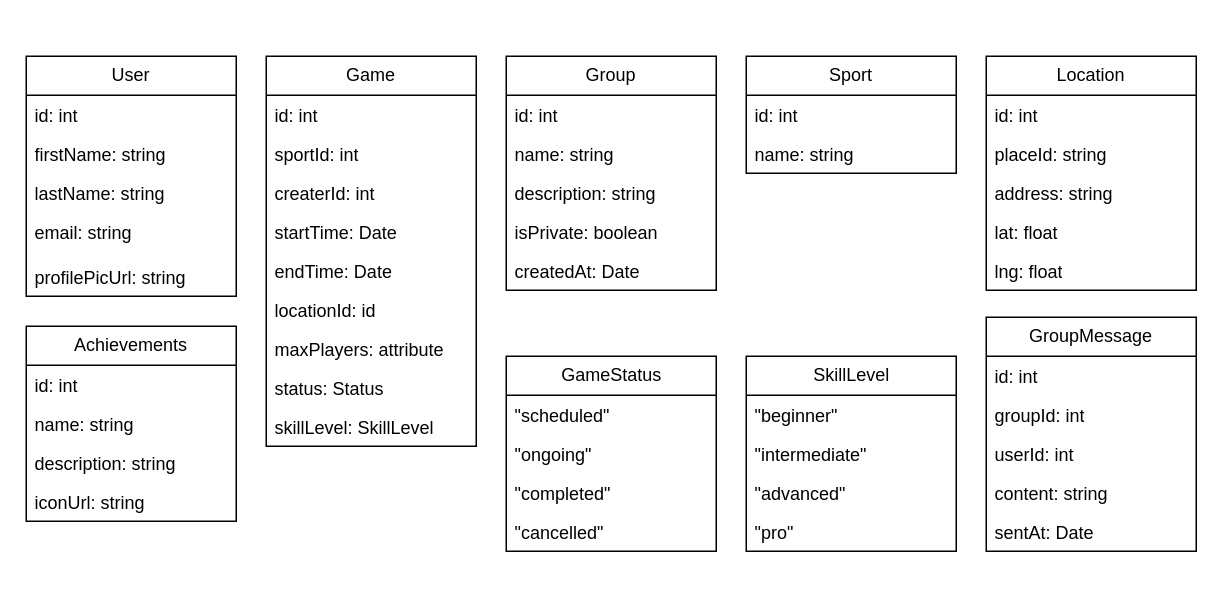
Above: page "Objects" (4 of 5) of diagrams/pickupDB.drawio in Sroberts03/pickup (draw.io), before the change. Source tidied: cells renumbered, new cells numbered last; positions are measured from the earlier drawing's top-left corner, leaving out a move shared by most shapes. Both pictures are drawn from the tidied source at 150%, with x=0, y=0 at pixel (26, 56).
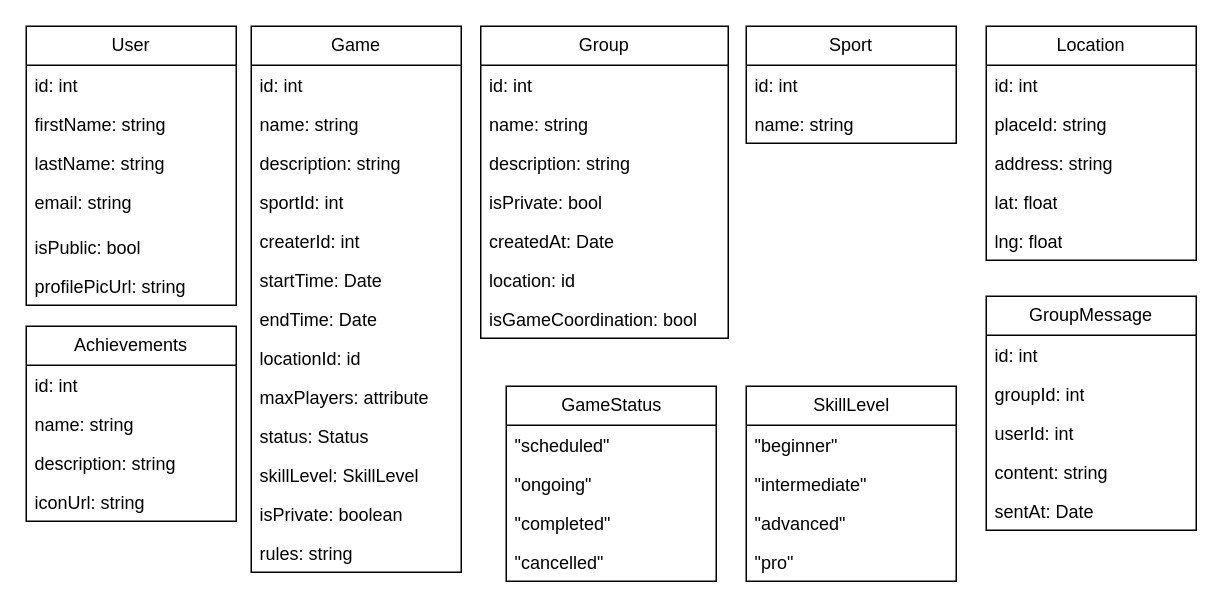
After the change.

Diff of the diagram source:
```diff
@@
     <mxCell id="2" value="User" style="swimlane;fontStyle=0;horizontal=1;startSize=26;fillColor=none;whiteSpace=wrap;html=1;" parent="1" vertex="1">
-      <mxGeometry width="140" height="160" as="geometry" />
+      <mxGeometry y="-20" width="140" height="186" as="geometry" />
     </mxCell>
@@
+    <mxCell id="54" value="isPublic: bool" style="text;strokeColor=none;fillColor=none;align=left;verticalAlign=top;spacingLeft=4;spacingRight=4;overflow=hidden;whiteSpace=wrap;html=1;" parent="2" vertex="1">
+      <mxGeometry y="134" width="140" height="26" as="geometry" />
+    </mxCell>
     <mxCell id="7" value="profilePicUrl: string" style="text;strokeColor=none;fillColor=none;align=left;verticalAlign=top;spacingLeft=4;spacingRight=4;overflow=hidden;whiteSpace=wrap;html=1;" parent="2" vertex="1">
-      <mxGeometry y="134" width="140" height="26" as="geometry" />
+      <mxGeometry y="160" width="140" height="26" as="geometry" />
     </mxCell>
     <mxCell id="8" value="Game" style="swimlane;fontStyle=0;horizontal=1;startSize=26;fillColor=none;whiteSpace=wrap;html=1;" parent="1" vertex="1">
-      <mxGeometry x="160" width="140" height="260" as="geometry" />
+      <mxGeometry x="150" y="-20" width="140" height="364" as="geometry" />
     </mxCell>
@@
+    <mxCell id="55" value="name: string" style="text;strokeColor=none;fillColor=none;align=left;verticalAlign=top;spacingLeft=4;spacingRight=4;overflow=hidden;whiteSpace=wrap;html=1;" parent="8" vertex="1">
+      <mxGeometry y="52" width="140" height="26" as="geometry" />
+    </mxCell>
+    <mxCell id="56" value="description: string" style="text;strokeColor=none;fillColor=none;align=left;verticalAlign=top;spacingLeft=4;spacingRight=4;overflow=hidden;whiteSpace=wrap;html=1;" parent="8" vertex="1">
+      <mxGeometry y="78" width="140" height="26" as="geometry" />
+    </mxCell>
     <mxCell id="10" value="sportId: int" style="text;strokeColor=none;fillColor=none;align=left;verticalAlign=top;spacingLeft=4;spacingRight=4;overflow=hidden;whiteSpace=wrap;html=1;" parent="8" vertex="1">
-      <mxGeometry y="52" width="140" height="26" as="geometry" />
+      <mxGeometry y="104" width="140" height="26" as="geometry" />
     </mxCell>
     <mxCell id="11" value="createrId: int" style="text;strokeColor=none;fillColor=none;align=left;verticalAlign=top;spacingLeft=4;spacingRight=4;overflow=hidden;whiteSpace=wrap;html=1;" parent="8" vertex="1">
-      <mxGeometry y="78" width="140" height="26" as="geometry" />
+      <mxGeometry y="130" width="140" height="26" as="geometry" />
     </mxCell>
     <mxCell id="12" value="startTime: Date" style="text;strokeColor=none;fillColor=none;align=left;verticalAlign=top;spacingLeft=4;spacingRight=4;overflow=hidden;whiteSpace=wrap;html=1;" parent="8" vertex="1">
-      <mxGeometry y="104" width="140" height="26" as="geometry" />
+      <mxGeometry y="156" width="140" height="26" as="geometry" />
     </mxCell>
     <mxCell id="13" value="endTime: Date" style="text;strokeColor=none;fillColor=none;align=left;verticalAlign=top;spacingLeft=4;spacingRight=4;overflow=hidden;whiteSpace=wrap;html=1;" parent="8" vertex="1">
-      <mxGeometry y="130" width="140" height="26" as="geometry" />
+      <mxGeometry y="182" width="140" height="26" as="geometry" />
     </mxCell>
     <mxCell id="14" value="locationId: id&amp;nbsp;&amp;nbsp;" style="text;strokeColor=none;fillColor=none;align=left;verticalAlign=top;spacingLeft=4;spacingRight=4;overflow=hidden;whiteSpace=wrap;html=1;" parent="8" vertex="1">
-      <mxGeometry y="156" width="140" height="26" as="geometry" />
+      <mxGeometry y="208" width="140" height="26" as="geometry" />
     </mxCell>
     <mxCell id="15" value="maxPlayers: attribute" style="text;strokeColor=none;fillColor=none;align=left;verticalAlign=top;spacingLeft=4;spacingRight=4;overflow=hidden;whiteSpace=wrap;html=1;" parent="8" vertex="1">
-      <mxGeometry y="182" width="140" height="26" as="geometry" />
+      <mxGeometry y="234" width="140" height="26" as="geometry" />
     </mxCell>
     <mxCell id="16" value="status: Status" style="text;strokeColor=none;fillColor=none;align=left;verticalAlign=top;spacingLeft=4;spacingRight=4;overflow=hidden;whiteSpace=wrap;html=1;" parent="8" vertex="1">
-      <mxGeometry y="208" width="140" height="26" as="geometry" />
+      <mxGeometry y="260" width="140" height="26" as="geometry" />
     </mxCell>
     <mxCell id="17" value="skillLevel: SkillLevel" style="text;strokeColor=none;fillColor=none;align=left;verticalAlign=top;spacingLeft=4;spacingRight=4;overflow=hidden;whiteSpace=wrap;html=1;" parent="8" vertex="1">
-      <mxGeometry y="234" width="140" height="26" as="geometry" />
+      <mxGeometry y="286" width="140" height="26" as="geometry" />
     </mxCell>
+    <mxCell id="57" value="isPrivate: boolean" style="text;strokeColor=none;fillColor=none;align=left;verticalAlign=top;spacingLeft=4;spacingRight=4;overflow=hidden;whiteSpace=wrap;html=1;" parent="8" vertex="1">
+      <mxGeometry y="312" width="140" height="26" as="geometry" />
+    </mxCell>
+    <mxCell id="58" value="rules: string" style="text;strokeColor=none;fillColor=none;align=left;verticalAlign=top;spacingLeft=4;spacingRight=4;overflow=hidden;whiteSpace=wrap;html=1;" parent="8" vertex="1">
+      <mxGeometry y="338" width="140" height="26" as="geometry" />
+    </mxCell>
     <mxCell id="18" value="Group" style="swimlane;fontStyle=0;horizontal=1;startSize=26;fillColor=none;whiteSpace=wrap;html=1;" parent="1" vertex="1">
-      <mxGeometry x="320" width="140" height="156" as="geometry" />
+      <mxGeometry x="303" y="-20" width="165" height="208" as="geometry" />
     </mxCell>
     <mxCell id="19" value="id: int" style="text;strokeColor=none;fillColor=none;align=left;verticalAlign=top;spacingLeft=4;spacingRight=4;overflow=hidden;whiteSpace=wrap;html=1;" parent="18" vertex="1">
-      <mxGeometry y="26" width="140" height="26" as="geometry" />
+      <mxGeometry y="26" width="165" height="26" as="geometry" />
     </mxCell>
     <mxCell id="20" value="name: string" style="text;strokeColor=none;fillColor=none;align=left;verticalAlign=top;spacingLeft=4;spacingRight=4;overflow=hidden;whiteSpace=wrap;html=1;" parent="18" vertex="1">
-      <mxGeometry y="52" width="140" height="26" as="geometry" />
+      <mxGeometry y="52" width="165" height="26" as="geometry" />
     </mxCell>
     <mxCell id="21" value="description: string" style="text;strokeColor=none;fillColor=none;align=left;verticalAlign=top;spacingLeft=4;spacingRight=4;overflow=hidden;whiteSpace=wrap;html=1;" parent="18" vertex="1">
-      <mxGeometry y="78" width="140" height="26" as="geometry" />
+      <mxGeometry y="78" width="165" height="26" as="geometry" />
     </mxCell>
-    <mxCell id="22" value="isPrivate: boolean" style="text;strokeColor=none;fillColor=none;align=left;verticalAlign=top;spacingLeft=4;spacingRight=4;overflow=hidden;whiteSpace=wrap;html=1;" parent="18" vertex="1">
-      <mxGeometry y="104" width="140" height="26" as="geometry" />
+    <mxCell id="22" value="isPrivate: bool" style="text;strokeColor=none;fillColor=none;align=left;verticalAlign=top;spacingLeft=4;spacingRight=4;overflow=hidden;whiteSpace=wrap;html=1;" parent="18" vertex="1">
+      <mxGeometry y="104" width="165" height="26" as="geometry" />
     </mxCell>
     <mxCell id="23" value="createdAt: Date" style="text;strokeColor=none;fillColor=none;align=left;verticalAlign=top;spacingLeft=4;spacingRight=4;overflow=hidden;whiteSpace=wrap;html=1;" parent="18" vertex="1">
-      <mxGeometry y="130" width="140" height="26" as="geometry" />
+      <mxGeometry y="130" width="165" height="26" as="geometry" />
     </mxCell>
+    <mxCell id="59" value="location: id" style="text;strokeColor=none;fillColor=none;align=left;verticalAlign=top;spacingLeft=4;spacingRight=4;overflow=hidden;whiteSpace=wrap;html=1;" parent="18" vertex="1">
+      <mxGeometry y="156" width="165" height="26" as="geometry" />
+    </mxCell>
+    <mxCell id="60" value="isGameCoordination: bool" style="text;strokeColor=none;fillColor=none;align=left;verticalAlign=top;spacingLeft=4;spacingRight=4;overflow=hidden;whiteSpace=wrap;html=1;" parent="18" vertex="1">
+      <mxGeometry y="182" width="165" height="26" as="geometry" />
+    </mxCell>
     <mxCell id="24" value="Sport" style="swimlane;fontStyle=0;horizontal=1;startSize=26;fillColor=none;whiteSpace=wrap;html=1;" parent="1" vertex="1">
-      <mxGeometry x="480" width="140" height="78" as="geometry" />
+      <mxGeometry x="480" y="-20" width="140" height="78" as="geometry" />
     </mxCell>
@@
     <mxCell id="32" value="GameStatus" style="swimlane;fontStyle=0;horizontal=1;startSize=26;fillColor=none;html=1;" parent="1" vertex="1">
-      <mxGeometry x="320" y="200" width="140" height="130" as="geometry" />
+      <mxGeometry x="320" y="220" width="140" height="130" as="geometry" />
     </mxCell>
@@
     <mxCell id="37" value="SkillLevel" style="swimlane;fontStyle=0;horizontal=1;startSize=26;fillColor=none;html=1;" parent="1" vertex="1">
-      <mxGeometry x="480" y="200" width="140" height="130" as="geometry" />
+      <mxGeometry x="480" y="220" width="140" height="130" as="geometry" />
     </mxCell>
@@
     <mxCell id="42" value="Location" style="swimlane;fontStyle=0;horizontal=1;startSize=26;fillColor=none;whiteSpace=wrap;html=1;" parent="1" vertex="1">
-      <mxGeometry x="640" width="140" height="156" as="geometry" />
+      <mxGeometry x="640" y="-20" width="140" height="156" as="geometry" />
     </mxCell>
@@
     <mxCell id="48" value="GroupMessage" style="swimlane;fontStyle=0;horizontal=1;startSize=26;fillColor=none;whiteSpace=wrap;html=1;" parent="1" vertex="1">
-      <mxGeometry x="640" y="174" width="140" height="156" as="geometry" />
+      <mxGeometry x="640" y="160" width="140" height="156" as="geometry" />
     </mxCell>
```
